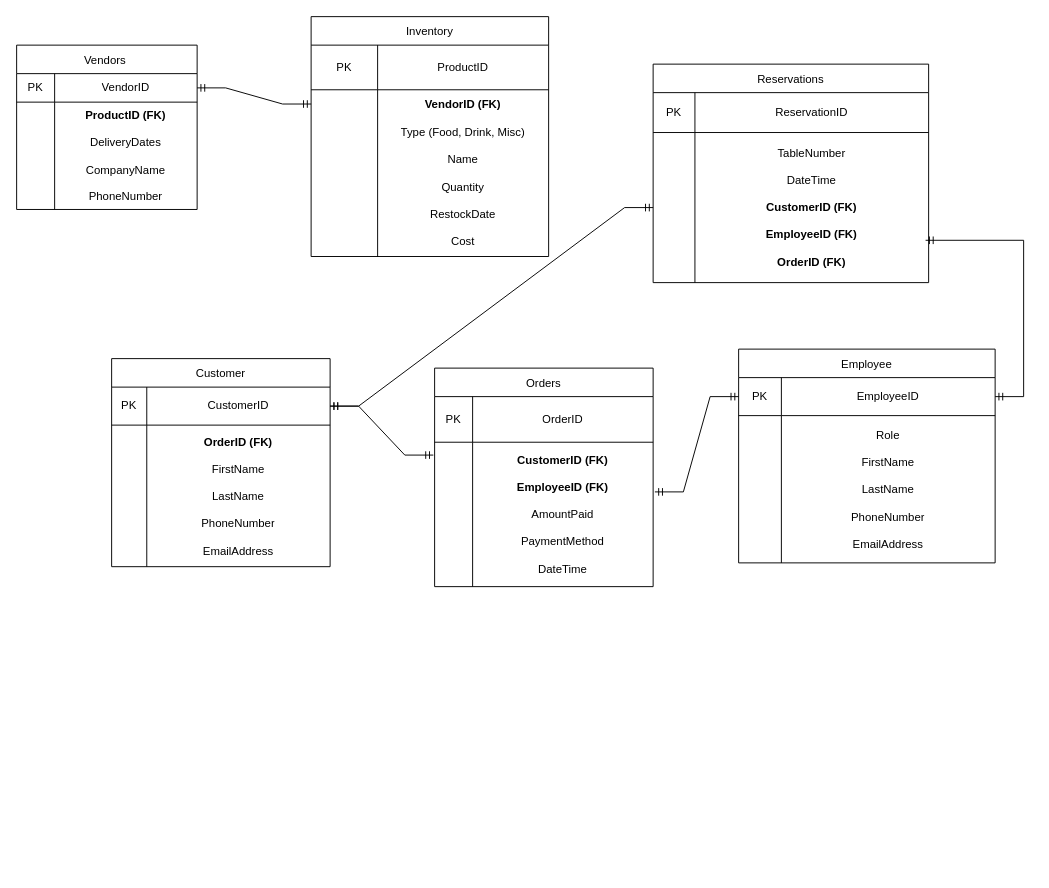
The draw.io diagram 2.A_Diagramming Your Database_Guerrero.V.drawio in Vanessa-Guerrero/W2_Exercises, before the edit. Source tidied: cells renumbered, new cells numbered last; positions are measured from the earlier drawing's top-left corner, leaving out a move shared by most shapes. Both pictures are drawn from the tidied source at 95%, with x=0, y=0 at pixel (16, 16).
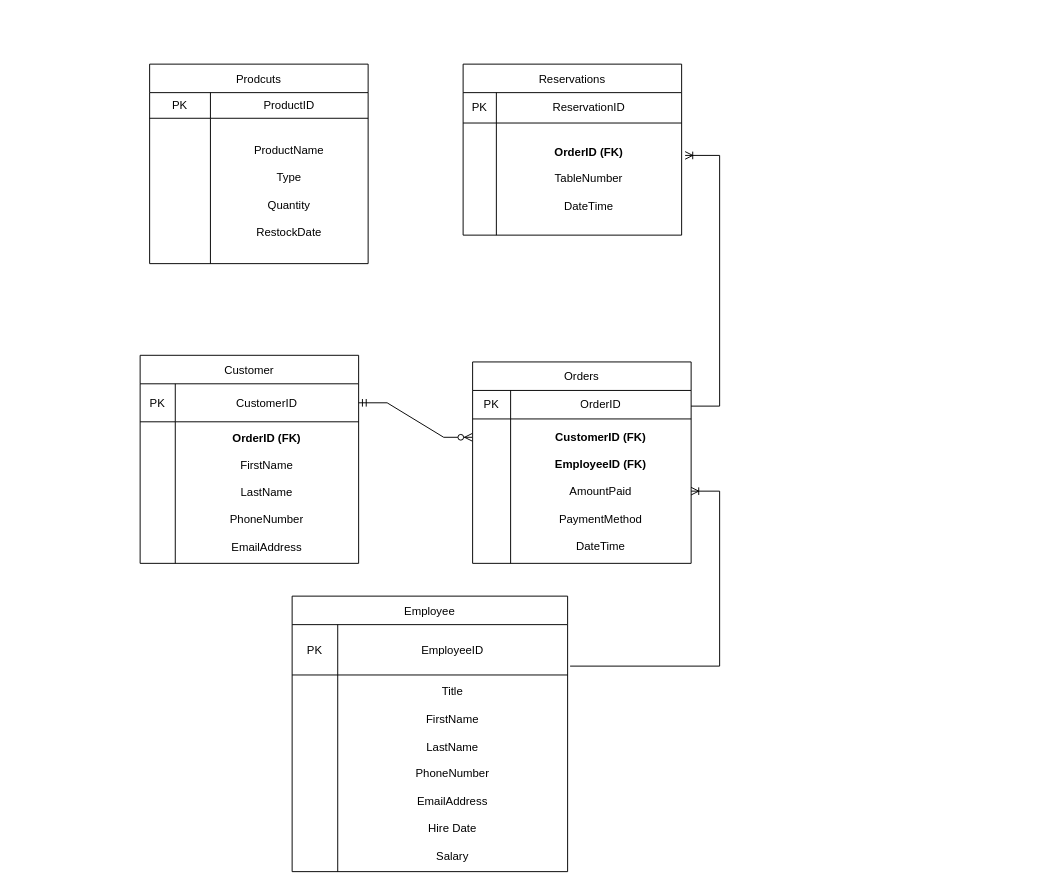
The same page after the edit.

The change refers to these unchanged cells:
```xml
<mxCell id="17" style="shape=tableRow;horizontal=0;startSize=0;swimlaneHead=0;swimlaneBody=0;strokeColor=inherit;top=0;left=0;bottom=0;right=0;fillColor=none;points=[[0,0.5],[1,0.5]];portConstraint=eastwest;" parent="16" vertex="1">
  <mxGeometry y="30" width="230" height="40" as="geometry" />
</mxCell>
```

Diff of the diagram source:
```diff
@@
-    <mxCell id="2" value="Vendors " style="shape=table;startSize=30;childLayout=tableLayout;" parent="1" vertex="1">
-      <mxGeometry y="30" width="190" height="173" as="geometry" />
-    </mxCell>
-    <mxCell id="3" style="shape=tableRow;horizontal=0;startSize=0;swimlaneHead=0;swimlaneBody=0;strokeColor=inherit;top=0;left=0;bottom=0;right=0;fillColor=none;points=[[0,0.5],[1,0.5]];portConstraint=eastwest;" parent="2" vertex="1">
-      <mxGeometry y="30" width="190" height="30" as="geometry" />
-    </mxCell>
-    <mxCell id="4" value="PK" style="shape=partialRectangle;html=1;whiteSpace=wrap;strokeColor=inherit;overflow=hidden;fillColor=none;top=0;left=0;bottom=0;right=0;" parent="3" vertex="1">
-      <mxGeometry width="40" height="30" as="geometry" />
-    </mxCell>
-    <mxCell id="5" value="VendorID" style="shape=partialRectangle;html=1;whiteSpace=wrap;strokeColor=inherit;overflow=hidden;fillColor=none;top=0;left=0;bottom=0;right=0;" parent="3" vertex="1">
-      <mxGeometry x="40" width="150" height="30" as="geometry" />
-    </mxCell>
-    <mxCell id="6" style="shape=tableRow;horizontal=0;startSize=0;swimlaneHead=0;swimlaneBody=0;strokeColor=inherit;top=0;left=0;bottom=0;right=0;fillColor=none;" parent="2" vertex="1">
-      <mxGeometry y="60" width="190" height="113" as="geometry" />
-    </mxCell>
-    <mxCell id="7" style="shape=partialRectangle;html=1;whiteSpace=wrap;strokeColor=inherit;overflow=hidden;fillColor=none;top=0;left=0;bottom=0;right=0;" parent="6" vertex="1">
-      <mxGeometry width="40" height="113" as="geometry" />
-    </mxCell>
-    <mxCell id="8" value="&lt;b&gt;ProductID (FK)&lt;/b&gt;&lt;div&gt;&lt;b&gt;&lt;br&gt;&lt;/b&gt;&lt;/div&gt;&lt;div&gt;DeliveryDates&lt;/div&gt;&lt;div&gt;&lt;br&gt;&lt;/div&gt;&lt;div&gt;CompanyName&lt;br&gt;&lt;/div&gt;&lt;div&gt;&lt;br&gt;&lt;/div&gt;&lt;div&gt;PhoneNumber&lt;/div&gt;" style="shape=partialRectangle;html=1;whiteSpace=wrap;strokeColor=inherit;overflow=hidden;fillColor=none;top=0;left=0;bottom=0;right=0;" parent="6" vertex="1">
-      <mxGeometry x="40" width="150" height="113" as="geometry" />
-    </mxCell>
     <mxCell id="9" value="Orders" style="shape=table;startSize=30;childLayout=tableLayout;" parent="1" vertex="1">
-      <mxGeometry x="440" y="370" width="230" height="230" as="geometry" />
+      <mxGeometry x="480" y="363.5" width="230" height="212" as="geometry" />
     </mxCell>
     <mxCell id="10" style="shape=tableRow;horizontal=0;startSize=0;swimlaneHead=0;swimlaneBody=0;strokeColor=inherit;top=0;left=0;bottom=0;right=0;fillColor=none;" parent="9" vertex="1">
-      <mxGeometry y="30" width="230" height="48" as="geometry" />
+      <mxGeometry y="30" width="230" height="30" as="geometry" />
     </mxCell>
     <mxCell id="11" value="PK" style="shape=partialRectangle;html=1;whiteSpace=wrap;strokeColor=inherit;overflow=hidden;fillColor=none;top=0;left=0;bottom=0;right=0;" parent="10" vertex="1">
-      <mxGeometry width="40" height="48" as="geometry" />
+      <mxGeometry width="40" height="30" as="geometry" />
     </mxCell>
     <mxCell id="12" value="OrderID" style="shape=partialRectangle;html=1;whiteSpace=wrap;strokeColor=inherit;overflow=hidden;fillColor=none;top=0;left=0;bottom=0;right=0;" parent="10" vertex="1">
-      <mxGeometry x="40" width="190" height="48" as="geometry" />
+      <mxGeometry x="40" width="190" height="30" as="geometry" />
     </mxCell>
     <mxCell id="13" style="shape=tableRow;horizontal=0;startSize=0;swimlaneHead=0;swimlaneBody=0;strokeColor=inherit;top=0;left=0;bottom=0;right=0;fillColor=none;points=[[0,0.5],[1,0.5]];portConstraint=eastwest;" parent="9" vertex="1">
-      <mxGeometry y="78" width="230" height="152" as="geometry" />
+      <mxGeometry y="60" width="230" height="152" as="geometry" />
     </mxCell>
@@
     <mxCell id="16" value="Customer" style="shape=table;startSize=30;childLayout=tableLayout;" parent="1" vertex="1">
-      <mxGeometry x="100" y="360" width="230" height="219" as="geometry" />
+      <mxGeometry x="130" y="356.5" width="230" height="219" as="geometry" />
     </mxCell>
@@
     <mxCell id="23" value="Employee" style="shape=table;startSize=30;childLayout=tableLayout;" parent="1" vertex="1">
-      <mxGeometry x="760" y="350" width="270" height="225" as="geometry" />
+      <mxGeometry x="290" y="610" width="290" height="290" as="geometry" />
     </mxCell>
     <mxCell id="24" style="shape=tableRow;horizontal=0;startSize=0;swimlaneHead=0;swimlaneBody=0;strokeColor=inherit;top=0;left=0;bottom=0;right=0;fillColor=none;points=[[0,0.5],[1,0.5]];portConstraint=eastwest;" parent="23" vertex="1">
-      <mxGeometry y="30" width="270" height="40" as="geometry" />
+      <mxGeometry y="30" width="290" height="53" as="geometry" />
     </mxCell>
     <mxCell id="25" value="PK" style="shape=partialRectangle;html=1;whiteSpace=wrap;strokeColor=inherit;overflow=hidden;fillColor=none;top=0;left=0;bottom=0;right=0;" parent="24" vertex="1">
-      <mxGeometry width="45" height="40" as="geometry" />
+      <mxGeometry width="48" height="53" as="geometry" />
     </mxCell>
     <mxCell id="26" value="EmployeeID" style="shape=partialRectangle;html=1;whiteSpace=wrap;strokeColor=inherit;overflow=hidden;fillColor=none;top=0;left=0;bottom=0;right=0;" parent="24" vertex="1">
-      <mxGeometry x="45" width="225" height="40" as="geometry" />
+      <mxGeometry x="48" width="242" height="53" as="geometry" />
     </mxCell>
     <mxCell id="27" style="shape=tableRow;horizontal=0;startSize=0;swimlaneHead=0;swimlaneBody=0;strokeColor=inherit;top=0;left=0;bottom=0;right=0;fillColor=none;" parent="23" vertex="1">
-      <mxGeometry y="70" width="270" height="155" as="geometry" />
+      <mxGeometry y="83" width="290" height="207" as="geometry" />
     </mxCell>
     <mxCell id="28" style="shape=partialRectangle;html=1;whiteSpace=wrap;strokeColor=inherit;overflow=hidden;fillColor=none;top=0;left=0;bottom=0;right=0;" parent="27" vertex="1">
-      <mxGeometry width="45" height="155" as="geometry" />
+      <mxGeometry width="48" height="207" as="geometry" />
     </mxCell>
-    <mxCell id="29" value="&lt;div&gt;Role&lt;/div&gt;&lt;div&gt;&lt;br&gt;&lt;/div&gt;FirstName&lt;div&gt;&lt;br&gt;&lt;/div&gt;&lt;div&gt;LastName&lt;/div&gt;&lt;div&gt;&lt;br&gt;&lt;/div&gt;&lt;div&gt;PhoneNumber&lt;/div&gt;&lt;div&gt;&lt;br&gt;&lt;/div&gt;&lt;div&gt;EmailAddress&lt;/div&gt;" style="shape=partialRectangle;html=1;whiteSpace=wrap;strokeColor=inherit;overflow=hidden;fillColor=none;top=0;left=0;bottom=0;right=0;" parent="27" vertex="1">
-      <mxGeometry x="45" width="225" height="155" as="geometry" />
+    <mxCell id="29" value="&lt;div&gt;Title&lt;/div&gt;&lt;div&gt;&lt;br&gt;&lt;/div&gt;FirstName&lt;div&gt;&lt;br&gt;&lt;/div&gt;&lt;div&gt;LastName&lt;/div&gt;&lt;div&gt;&lt;br&gt;&lt;/div&gt;&lt;div&gt;PhoneNumber&lt;/div&gt;&lt;div&gt;&lt;br&gt;&lt;/div&gt;&lt;div&gt;EmailAddress&lt;/div&gt;&lt;div&gt;&lt;br&gt;&lt;/div&gt;&lt;div&gt;Hire Date&lt;/div&gt;&lt;div&gt;&lt;br&gt;&lt;/div&gt;&lt;div&gt;Salary&lt;/div&gt;" style="shape=partialRectangle;html=1;whiteSpace=wrap;strokeColor=inherit;overflow=hidden;fillColor=none;top=0;left=0;bottom=0;right=0;" parent="27" vertex="1">
+      <mxGeometry x="48" width="242" height="207" as="geometry" />
     </mxCell>
-    <mxCell id="30" value="Inventory" style="shape=table;startSize=30;childLayout=tableLayout;" parent="1" vertex="1">
-      <mxGeometry x="310" width="250" height="252.5" as="geometry" />
+    <mxCell id="30" value="Prodcuts" style="shape=table;startSize=30;childLayout=tableLayout;" parent="1" vertex="1">
+      <mxGeometry x="140" y="50" width="230" height="210" as="geometry" />
     </mxCell>
     <mxCell id="31" style="shape=tableRow;horizontal=0;startSize=0;swimlaneHead=0;swimlaneBody=0;strokeColor=inherit;top=0;left=0;bottom=0;right=0;fillColor=none;" parent="30" vertex="1">
-      <mxGeometry y="30" width="250" height="47" as="geometry" />
+      <mxGeometry y="30" width="230" height="27" as="geometry" />
     </mxCell>
     <mxCell id="32" value="PK" style="shape=partialRectangle;html=1;whiteSpace=wrap;strokeColor=inherit;overflow=hidden;fillColor=none;top=0;left=0;bottom=0;right=0;" parent="31" vertex="1">
-      <mxGeometry width="70" height="47" as="geometry" />
+      <mxGeometry width="64" height="27" as="geometry" />
     </mxCell>
     <mxCell id="33" value="ProductID" style="shape=partialRectangle;html=1;whiteSpace=wrap;strokeColor=inherit;overflow=hidden;fillColor=none;top=0;left=0;bottom=0;right=0;" parent="31" vertex="1">
-      <mxGeometry x="70" width="180" height="47" as="geometry" />
+      <mxGeometry x="64" width="166" height="27" as="geometry" />
     </mxCell>
     <mxCell id="34" style="shape=tableRow;horizontal=0;startSize=0;swimlaneHead=0;swimlaneBody=0;strokeColor=inherit;top=0;left=0;bottom=0;right=0;fillColor=none;" parent="30" vertex="1">
-      <mxGeometry y="77" width="250" height="176" as="geometry" />
+      <mxGeometry y="57" width="230" height="153" as="geometry" />
     </mxCell>
     <mxCell id="35" style="shape=partialRectangle;html=1;whiteSpace=wrap;strokeColor=inherit;overflow=hidden;fillColor=none;top=0;left=0;bottom=0;right=0;" parent="34" vertex="1">
-      <mxGeometry width="70" height="176" as="geometry" />
+      <mxGeometry width="64" height="153" as="geometry" />
     </mxCell>
-    <mxCell id="36" value="&lt;div&gt;&lt;b&gt;VendorID (FK)&lt;/b&gt;&lt;/div&gt;&lt;div&gt;&lt;br&gt;&lt;/div&gt;Type (Food, Drink, Misc)&lt;div&gt;&lt;br&gt;&lt;/div&gt;&lt;div&gt;Name&lt;br&gt;&lt;div&gt;&lt;br&gt;&lt;/div&gt;&lt;div&gt;Quantity&lt;/div&gt;&lt;div&gt;&lt;br&gt;&lt;/div&gt;&lt;div&gt;RestockDate&lt;/div&gt;&lt;/div&gt;&lt;div&gt;&lt;br&gt;&lt;/div&gt;&lt;div&gt;Cost&lt;/div&gt;" style="shape=partialRectangle;html=1;whiteSpace=wrap;strokeColor=inherit;overflow=hidden;fillColor=none;top=0;left=0;bottom=0;right=0;" parent="34" vertex="1">
-      <mxGeometry x="70" width="180" height="176" as="geometry" />
+    <mxCell id="36" value="&lt;div&gt;&lt;span style=&quot;background-color: initial;&quot;&gt;ProductName&lt;br&gt;&lt;/span&gt;&lt;br&gt;&lt;/div&gt;&lt;div&gt;Type&lt;/div&gt;&lt;div&gt;&lt;div&gt;&lt;br&gt;&lt;/div&gt;&lt;div&gt;Quantity&lt;/div&gt;&lt;div&gt;&lt;br&gt;&lt;/div&gt;&lt;div&gt;RestockDate&lt;/div&gt;&lt;/div&gt;" style="shape=partialRectangle;html=1;whiteSpace=wrap;strokeColor=inherit;overflow=hidden;fillColor=none;top=0;left=0;bottom=0;right=0;" parent="34" vertex="1">
+      <mxGeometry x="64" width="166" height="153" as="geometry" />
     </mxCell>
     <mxCell id="37" value="Reservations" style="shape=table;startSize=30;childLayout=tableLayout;" parent="1" vertex="1">
-      <mxGeometry x="670" y="50" width="290" height="230" as="geometry" />
+      <mxGeometry x="470" y="50" width="230" height="180" as="geometry" />
     </mxCell>
     <mxCell id="38" style="shape=tableRow;horizontal=0;startSize=0;swimlaneHead=0;swimlaneBody=0;strokeColor=inherit;top=0;left=0;bottom=0;right=0;fillColor=none;" parent="37" vertex="1">
-      <mxGeometry y="30" width="290" height="42" as="geometry" />
+      <mxGeometry y="30" width="230" height="32" as="geometry" />
     </mxCell>
     <mxCell id="39" value="PK" style="shape=partialRectangle;html=1;whiteSpace=wrap;strokeColor=inherit;overflow=hidden;fillColor=none;top=0;left=0;bottom=0;right=0;" parent="38" vertex="1">
-      <mxGeometry width="44" height="42" as="geometry" />
+      <mxGeometry width="35" height="32" as="geometry" />
     </mxCell>
     <mxCell id="40" value="ReservationID" style="shape=partialRectangle;html=1;whiteSpace=wrap;strokeColor=inherit;overflow=hidden;fillColor=none;top=0;left=0;bottom=0;right=0;" parent="38" vertex="1">
-      <mxGeometry x="44" width="246" height="42" as="geometry" />
+      <mxGeometry x="35" width="195" height="32" as="geometry" />
     </mxCell>
     <mxCell id="41" style="shape=tableRow;horizontal=0;startSize=0;swimlaneHead=0;swimlaneBody=0;strokeColor=inherit;top=0;left=0;bottom=0;right=0;fillColor=none;points=[[0,0.5],[1,0.5]];portConstraint=eastwest;" parent="37" vertex="1">
-      <mxGeometry y="72" width="290" height="158" as="geometry" />
+      <mxGeometry y="62" width="230" height="118" as="geometry" />
     </mxCell>
     <mxCell id="42" style="shape=partialRectangle;html=1;whiteSpace=wrap;strokeColor=inherit;overflow=hidden;fillColor=none;top=0;left=0;bottom=0;right=0;" parent="41" vertex="1">
-      <mxGeometry width="44" height="158" as="geometry" />
+      <mxGeometry width="35" height="118" as="geometry" />
     </mxCell>
-    <mxCell id="43" value="TableNumber&lt;div&gt;&lt;br&gt;&lt;/div&gt;&lt;div&gt;DateTime&lt;/div&gt;&lt;div&gt;&lt;br&gt;&lt;/div&gt;&lt;div&gt;&lt;b&gt;CustomerID (FK)&lt;/b&gt;&lt;/div&gt;&lt;div&gt;&lt;b&gt;&lt;br&gt;&lt;/b&gt;&lt;/div&gt;&lt;div&gt;&lt;b&gt;EmployeeID&amp;nbsp;&lt;/b&gt;&lt;b&gt;(FK)&lt;/b&gt;&lt;b&gt;&lt;br&gt;&lt;br&gt;&lt;/b&gt;&lt;/div&gt;&lt;div&gt;&lt;b&gt;OrderID&amp;nbsp;&lt;/b&gt;&lt;b style=&quot;background-color: initial;&quot;&gt;(FK)&lt;/b&gt;&lt;/div&gt;" style="shape=partialRectangle;html=1;whiteSpace=wrap;strokeColor=inherit;overflow=hidden;fillColor=none;top=0;left=0;bottom=0;right=0;" parent="41" vertex="1">
-      <mxGeometry x="44" width="246" height="158" as="geometry" />
+    <mxCell id="43" value="&lt;div&gt;&lt;b&gt;OrderID&amp;nbsp;&lt;/b&gt;&lt;b style=&quot;background-color: initial;&quot;&gt;(FK)&lt;/b&gt;&lt;br&gt;&lt;/div&gt;&lt;div&gt;&lt;br&gt;&lt;/div&gt;TableNumber&lt;div&gt;&lt;br&gt;&lt;/div&gt;&lt;div&gt;DateTime&lt;/div&gt;" style="shape=partialRectangle;html=1;whiteSpace=wrap;strokeColor=inherit;overflow=hidden;fillColor=none;top=0;left=0;bottom=0;right=0;" parent="41" vertex="1">
+      <mxGeometry x="35" width="195" height="118" as="geometry" />
     </mxCell>
-    <mxCell id="44" style="edgeStyle=entityRelationEdgeStyle;fontSize=12;html=1;endArrow=ERmandOne;startArrow=ERmandOne;rounded=0;exitX=1;exitY=0.5;exitDx=0;exitDy=0;" parent="1" edge="1" source="3">
-      <mxGeometry relative="1" as="geometry">
-        <mxPoint x="310" y="92" as="targetPoint" />
-      </mxGeometry>
-    </mxCell>
-    <mxCell id="45" style="edgeStyle=entityRelationEdgeStyle;fontSize=12;html=1;endArrow=ERmandOne;startArrow=ERmandOne;rounded=0;exitX=1;exitY=0.5;exitDx=0;exitDy=0;entryX=-0.006;entryY=0.089;entryDx=0;entryDy=0;entryPerimeter=0;" parent="1" edge="1" source="17" target="13">
+    <mxCell id="45" style="edgeStyle=entityRelationEdgeStyle;fontSize=12;html=1;endArrow=ERzeroToMany;startArrow=ERmandOne;rounded=0;exitX=1;exitY=0.5;exitDx=0;exitDy=0;entryX=-0.002;entryY=0.127;entryDx=0;entryDy=0;entryPerimeter=0;" parent="1" edge="1" source="17" target="13">
       <mxGeometry relative="1" as="geometry">
         <Array as="points">
-          <mxPoint x="380" y="380" />
+          <mxPoint x="400" y="470" />
         </Array>
       </mxGeometry>
     </mxCell>
-    <mxCell id="46" style="edgeStyle=entityRelationEdgeStyle;fontSize=12;html=1;endArrow=ERmandOne;startArrow=ERmandOne;rounded=0;exitX=0;exitY=0.5;exitDx=0;exitDy=0;entryX=1.008;entryY=0.344;entryDx=0;entryDy=0;entryPerimeter=0;" parent="1" edge="1" source="24" target="13">
-      <mxGeometry relative="1" as="geometry" />
+    <mxCell id="46" style="edgeStyle=entityRelationEdgeStyle;fontSize=12;html=1;endArrow=ERoneToMany;rounded=0;exitX=1.009;exitY=0.824;exitDx=0;exitDy=0;exitPerimeter=0;" parent="1" edge="1" source="24" target="13">
+      <mxGeometry relative="1" as="geometry">
+        <Array as="points">
+          <mxPoint x="960" y="510" />
+          <mxPoint x="800" y="310" />
+        </Array>
+      </mxGeometry>
     </mxCell>
-    <mxCell id="47" style="edgeStyle=entityRelationEdgeStyle;fontSize=12;html=1;endArrow=ERmandOne;startArrow=ERmandOne;rounded=0;entryX=0.989;entryY=0.718;entryDx=0;entryDy=0;entryPerimeter=0;" parent="1" edge="1" target="41">
-      <mxGeometry relative="1" as="geometry">
-        <mxPoint x="1030" y="400" as="sourcePoint" />
-        <Array as="points">
-          <mxPoint x="380" y="700" />
-        </Array>
-      </mxGeometry>
-    </mxCell>
-    <mxCell id="48" style="edgeStyle=entityRelationEdgeStyle;fontSize=12;html=1;endArrow=ERmandOne;startArrow=ERmandOne;rounded=0;exitX=1;exitY=0.5;exitDx=0;exitDy=0;entryX=0;entryY=0.5;entryDx=0;entryDy=0;" parent="1" edge="1" source="17" target="41">
-      <mxGeometry relative="1" as="geometry" />
-    </mxCell>
+    <mxCell id="49" style="edgeStyle=entityRelationEdgeStyle;fontSize=12;html=1;endArrow=ERoneToMany;rounded=0;entryX=1.016;entryY=0.289;entryDx=0;entryDy=0;entryPerimeter=0;" parent="1" edge="1" target="41">
+      <mxGeometry relative="1" as="geometry">
+        <mxPoint x="710" y="410" as="sourcePoint" />
+      </mxGeometry>
+    </mxCell>
```
